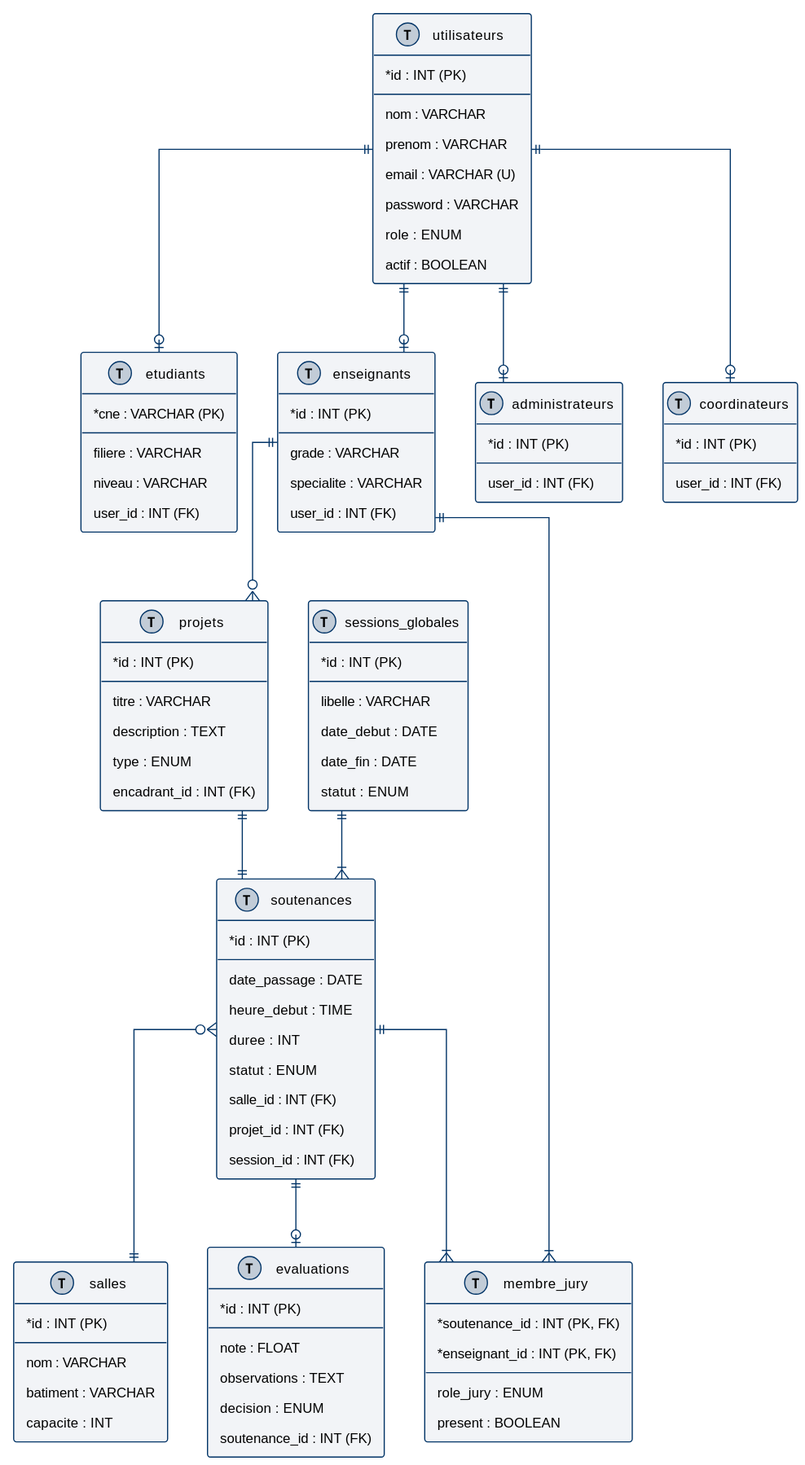
Before: docs/diagrams/svg/mld_schema.svg, a diagram exported from PlantUML (abdelaziz-ebourki/system-gestion-soutenance).
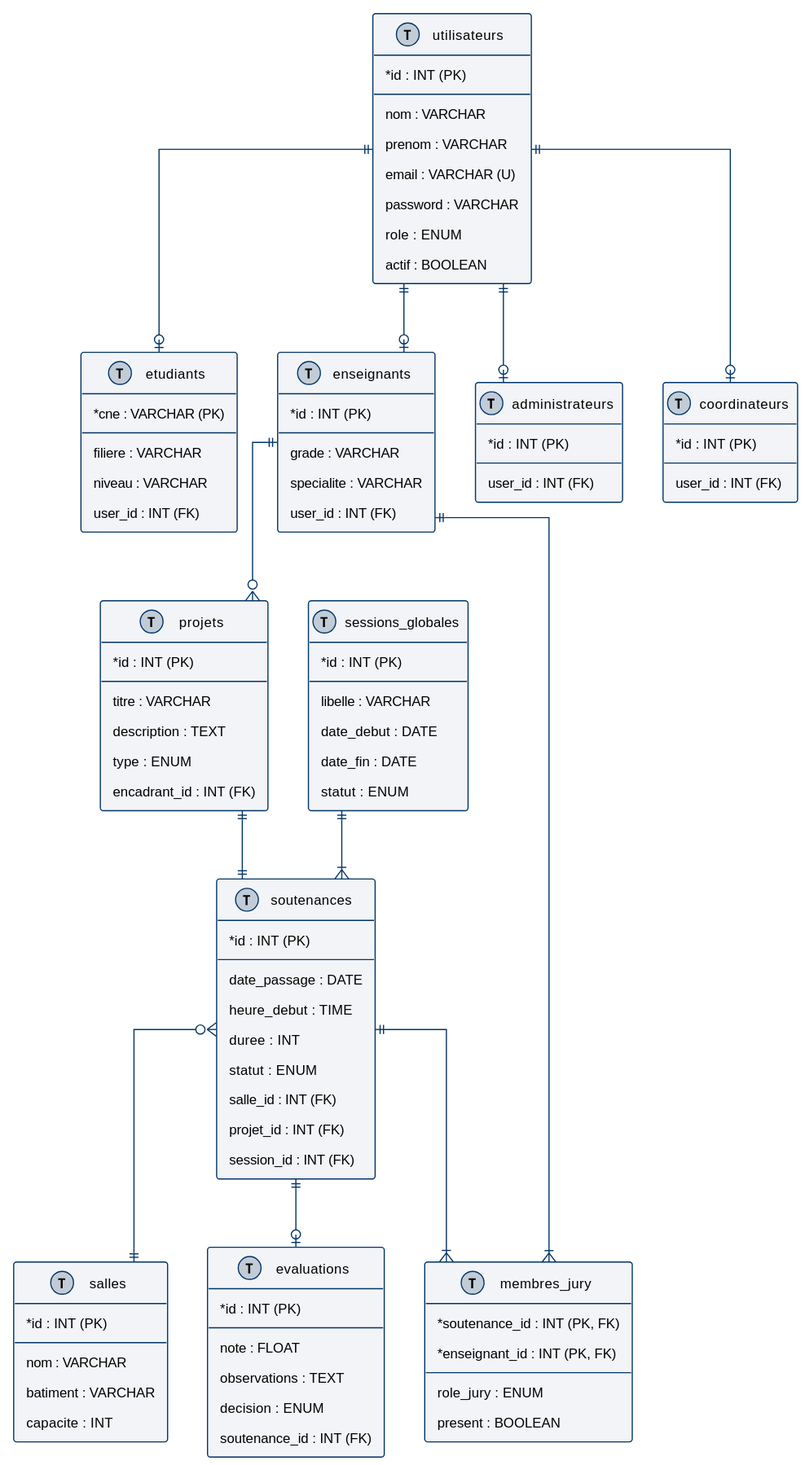
After the change.

Diff of the diagram source:
```diff
@@ -80,7 +80,7 @@
   session_id : INT (FK)
 }
 
-entity "membre_jury" as jury << (T, #c2ccd7) >> {
+entity "membres_jury" as jury << (T, #c2ccd7) >> {
   * soutenance_id : INT (PK, FK)
   * enseignant_id : INT (PK, FK)
   --
```
